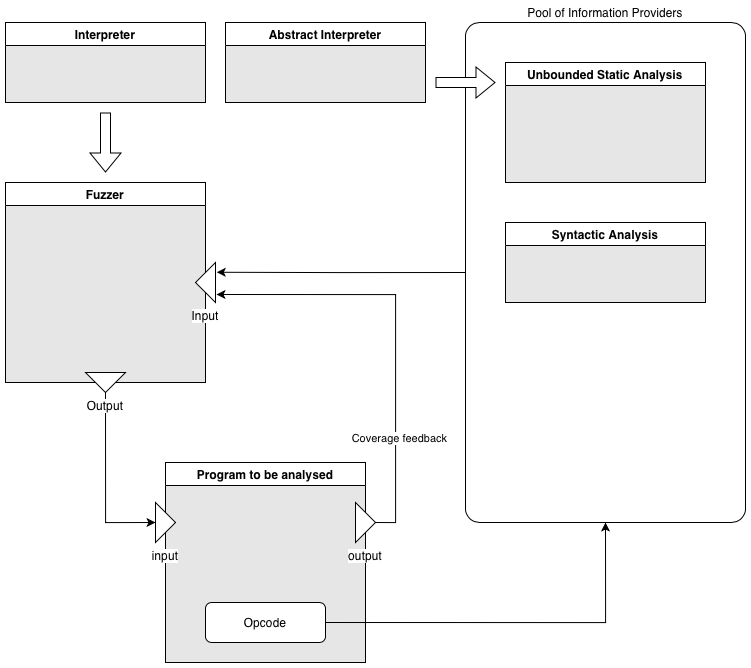
Earlier version of the draw.io export images/program_diagram.drawio.png (LukasKPetersen/jpamb_group30). Source tidied: cells renumbered, new cells last; positions are measured from the earlier drawing's top-left corner, leaving out a move shared by most shapes.
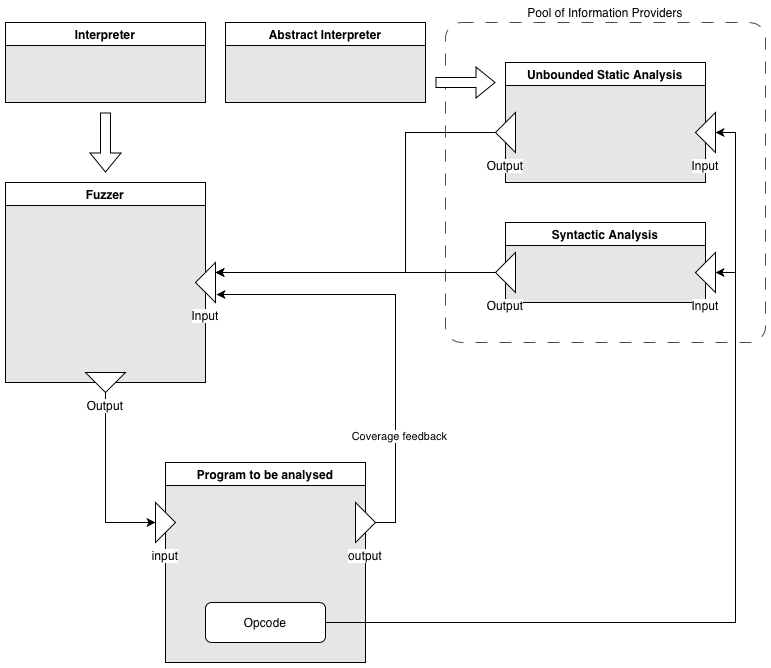
The same file after the commit.

Commit message:
Update to program diagram. Finished v1

Change to the diagram source:
```diff
@@ -2,8 +2,8 @@
   <root>
     <mxCell id="0" />
     <mxCell id="1" parent="0" />
-    <mxCell id="2" value="Pool of Information Providers" style="rounded=1;whiteSpace=wrap;html=1;arcSize=5;labelPosition=center;verticalLabelPosition=top;align=center;verticalAlign=bottom;fillColor=none;" parent="1" vertex="1">
-      <mxGeometry x="460" width="280" height="500" as="geometry" />
+    <mxCell id="2" value="Pool of Information Providers" style="rounded=1;whiteSpace=wrap;html=1;arcSize=5;labelPosition=center;verticalLabelPosition=top;align=center;verticalAlign=bottom;fillColor=none;dashed=1;dashPattern=12 12;strokeColor=light-dark(#000000B3,#929292B3);" parent="1" vertex="1">
+      <mxGeometry x="440" width="320" height="320" as="geometry" />
     </mxCell>
     <mxCell id="3" value="Fuzzer" style="swimlane;whiteSpace=wrap;html=1;swimlaneFillColor=#E6E6E6;" parent="1" vertex="1">
       <mxGeometry y="160" width="200" height="200" as="geometry" />
@@ -44,18 +44,24 @@
     <mxCell id="14" value="Output" style="triangle;whiteSpace=wrap;html=1;rotation=90;textDirection=rtl;verticalAlign=top;labelPosition=right;verticalLabelPosition=middle;align=center;horizontal=0;labelBackgroundColor=default;" parent="1" vertex="1">
       <mxGeometry x="90" y="340" width="20" height="40" as="geometry" />
     </mxCell>
-    <mxCell id="15" style="edgeStyle=orthogonalEdgeStyle;rounded=0;jettySize=auto;html=1;exitX=0;exitY=0.5;exitDx=0;exitDy=0;entryX=-0.063;entryY=0.244;entryDx=0;entryDy=0;entryPerimeter=0;" parent="1" edge="1" source="2" target="4">
-      <mxGeometry relative="1" as="geometry" />
-    </mxCell>
-    <mxCell id="16" style="edgeStyle=orthogonalEdgeStyle;rounded=0;jettySize=auto;html=1;exitX=1;exitY=0.5;exitDx=0;exitDy=0;entryX=0.5;entryY=1;entryDx=0;entryDy=0;" parent="1" edge="1" source="7" target="2">
+    <mxCell id="16" style="edgeStyle=orthogonalEdgeStyle;rounded=0;jettySize=auto;html=1;exitX=1;exitY=0.5;exitDx=0;exitDy=0;entryX=1;entryY=0.5;entryDx=0;entryDy=0;" parent="1" edge="1" source="7" target="21">
       <mxGeometry relative="1" as="geometry" />
     </mxCell>
     <mxCell id="17" value="Syntactic Analysis" style="swimlane;whiteSpace=wrap;html=1;swimlaneFillColor=#E6E6E6;" parent="1" vertex="1">
       <mxGeometry x="500" y="200" width="200" height="80" as="geometry" />
     </mxCell>
+    <mxCell id="21" value="Input" style="triangle;whiteSpace=wrap;html=1;flipH=1;labelPosition=center;verticalLabelPosition=bottom;align=center;verticalAlign=top;labelBackgroundColor=default;" parent="17" vertex="1">
+      <mxGeometry x="190" y="30" width="20" height="40" as="geometry" />
+    </mxCell>
     <mxCell id="18" value="Unbounded Static Analysis" style="swimlane;whiteSpace=wrap;html=1;swimlaneFillColor=#E6E6E6;" parent="1" vertex="1">
       <mxGeometry x="500" y="40" width="200" height="120" as="geometry" />
     </mxCell>
+    <mxCell id="22" value="Output" style="triangle;whiteSpace=wrap;html=1;flipH=1;labelPosition=center;verticalLabelPosition=bottom;align=center;verticalAlign=top;labelBackgroundColor=default;" parent="18" vertex="1">
+      <mxGeometry x="-10" y="50" width="20" height="40" as="geometry" />
+    </mxCell>
+    <mxCell id="23" value="Input" style="triangle;whiteSpace=wrap;html=1;flipH=1;labelPosition=center;verticalLabelPosition=bottom;align=center;verticalAlign=top;labelBackgroundColor=default;" parent="18" vertex="1">
+      <mxGeometry x="190" y="50" width="20" height="40" as="geometry" />
+    </mxCell>
     <mxCell id="19" value="Abstract Interpreter" style="swimlane;whiteSpace=wrap;html=1;swimlaneFillColor=#E6E6E6;" parent="1" vertex="1">
       <mxGeometry x="220" width="200" height="80" as="geometry" />
     </mxCell>
@@ -65,5 +71,23 @@
         <mxPoint x="490" y="60" as="targetPoint" />
       </mxGeometry>
     </mxCell>
+    <mxCell id="24" style="edgeStyle=orthogonalEdgeStyle;rounded=0;jettySize=auto;html=1;exitX=0;exitY=0.5;exitDx=0;exitDy=0;entryX=0;entryY=0.25;entryDx=0;entryDy=0;entryPerimeter=0;" parent="1" edge="1" source="25" target="4">
+      <mxGeometry relative="1" as="geometry" />
+    </mxCell>
+    <mxCell id="25" value="Output" style="triangle;whiteSpace=wrap;html=1;flipH=1;labelPosition=center;verticalLabelPosition=bottom;align=center;verticalAlign=top;labelBackgroundColor=default;" parent="1" vertex="1">
+      <mxGeometry x="490" y="230" width="20" height="40" as="geometry" />
+    </mxCell>
+    <mxCell id="26" style="edgeStyle=orthogonalEdgeStyle;rounded=0;jettySize=auto;html=1;exitX=0;exitY=0.5;exitDx=0;exitDy=0;" parent="1" edge="1" source="22">
+      <mxGeometry relative="1" as="geometry">
+        <mxPoint x="210" y="250" as="targetPoint" />
+        <Array as="points">
+          <mxPoint x="400" y="110" />
+          <mxPoint x="400" y="250" />
+        </Array>
+      </mxGeometry>
+    </mxCell>
+    <mxCell id="27" style="edgeStyle=orthogonalEdgeStyle;rounded=0;jettySize=auto;html=1;exitX=1;exitY=0.5;exitDx=0;exitDy=0;entryX=1;entryY=0.5;entryDx=0;entryDy=0;" parent="1" edge="1" source="7" target="23">
+      <mxGeometry relative="1" as="geometry" />
+    </mxCell>
   </root>
 </mxGraphModel>
```
